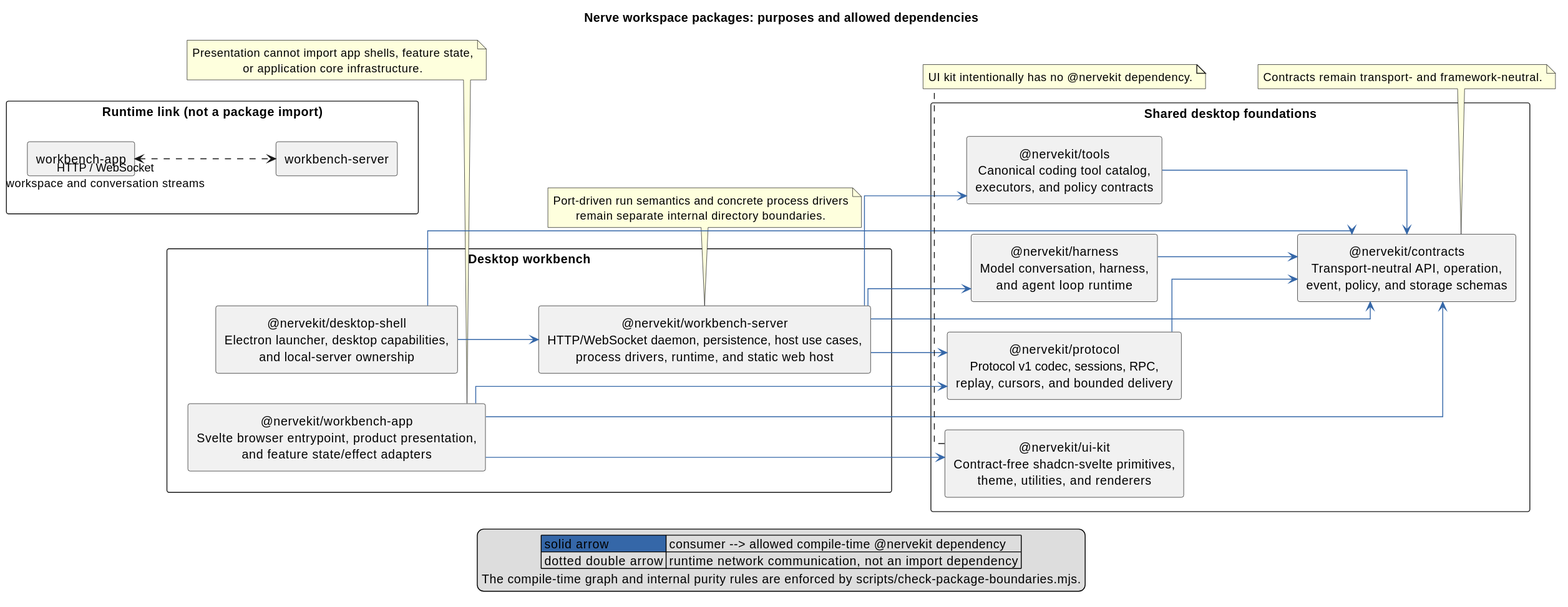
ThilinaTLM/nerve keeps this PlantUML diagram as packages/website/public/diagrams/02-package-dependencies.svg. Above is the earlier version. Its diagram source:
```plantuml
@startuml
left to right direction
skinparam shadowing false
skinparam componentStyle rectangle
skinparam packageStyle rectangle
skinparam defaultTextAlignment center
skinparam linetype ortho

title Nerve workspace packages: purposes and allowed dependencies

package "Shared desktop foundations" as foundations {
  component "@nervekit/contracts\nTransport-neutral API, operation,\nevent, policy, and storage schemas" as contracts
  component "@nervekit/protocol\nProtocol v1 codec, sessions, RPC,\nreplay, cursors, and bounded delivery" as protocol
  component "@nervekit/harness\nModel conversation, harness,\nand agent loop runtime" as harness
  component "@nervekit/tools\nCanonical coding tool catalog,\nexecutors, and policy contracts" as tools
  component "@nervekit/ui-kit\nContract-free shadcn-svelte primitives,\ntheme, utilities, and renderers" as ui_kit
}

package "Desktop workbench" as local {
  component "@nervekit/workbench-server\nHTTP/WebSocket daemon, persistence, host use cases,\nprocess drivers, runtime, and static web host" as workbench_server
  component "@nervekit/workbench-app\nSvelte browser entrypoint, product presentation,\nand feature state/effect adapters" as workbench_app
  component "@nervekit/desktop-shell\nElectron launcher, desktop capabilities,\nand local-server ownership" as desktop_shell
}

protocol -[#3567a8]-> contracts
harness -[#3567a8]-> contracts
tools -[#3567a8]-> contracts

workbench_server -[#3567a8]-> contracts
workbench_server -[#3567a8]-> protocol
workbench_server -[#3567a8]-> harness
workbench_server -[#3567a8]-> tools
workbench_app -[#3567a8]-> contracts
workbench_app -[#3567a8]-> protocol
workbench_app -[#3567a8]-> ui_kit
desktop_shell -[#3567a8]-> contracts
desktop_shell -[#3567a8]-> workbench_server

rectangle "Runtime link (not a package import)" as runtime_links {
  component "workbench-app" as rt_workbench_app
  component "workbench-server" as rt_workbench_server
  rt_workbench_app <..> rt_workbench_server : HTTP / WebSocket\nworkspace and conversation streams
}
runtime_links -[hidden]down-> local

note bottom of contracts
  Contracts remain transport- and framework-neutral.
end note
note bottom of ui_kit
  UI kit intentionally has no @nervekit dependency.
end note
note bottom of workbench_server
  Port-driven run semantics and concrete process drivers
  remain separate internal directory boundaries.
end note
note bottom of workbench_app
  Presentation cannot import app shells, feature state,
  or application core infrastructure.
end note

legend bottom
  |<#3567a8> solid arrow | consumer --> allowed compile-time @nervekit dependency |
  | dotted double arrow | runtime network communication, not an import dependency |
  The compile-time graph and internal purity rules are enforced by scripts/check-package-boundaries.mjs.
endlegend
@enduml
```
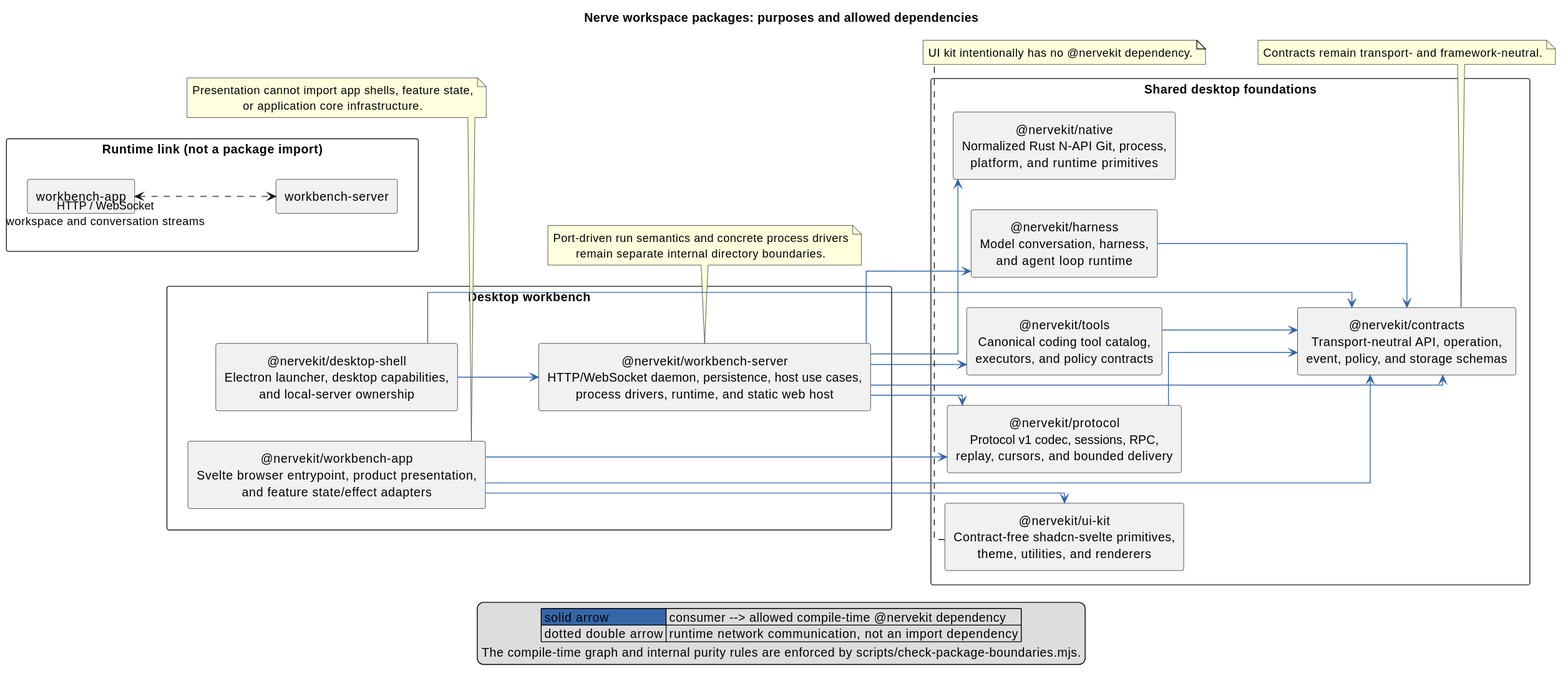
After the change.

Change to the diagram source:
```diff
@@ -13,6 +13,7 @@
   component "@nervekit/protocol\nProtocol v1 codec, sessions, RPC,\nreplay, cursors, and bounded delivery" as protocol
   component "@nervekit/harness\nModel conversation, harness,\nand agent loop runtime" as harness
   component "@nervekit/tools\nCanonical coding tool catalog,\nexecutors, and policy contracts" as tools
+  component "@nervekit/native\nNormalized Rust N-API Git, process,\nplatform, and runtime primitives" as native
   component "@nervekit/ui-kit\nContract-free shadcn-svelte primitives,\ntheme, utilities, and renderers" as ui_kit
 }
 
@@ -30,6 +31,7 @@
 workbench_server -[#3567a8]-> protocol
 workbench_server -[#3567a8]-> harness
 workbench_server -[#3567a8]-> tools
+workbench_server -[#3567a8]-> native
 workbench_app -[#3567a8]-> contracts
 workbench_app -[#3567a8]-> protocol
 workbench_app -[#3567a8]-> ui_kit
```
